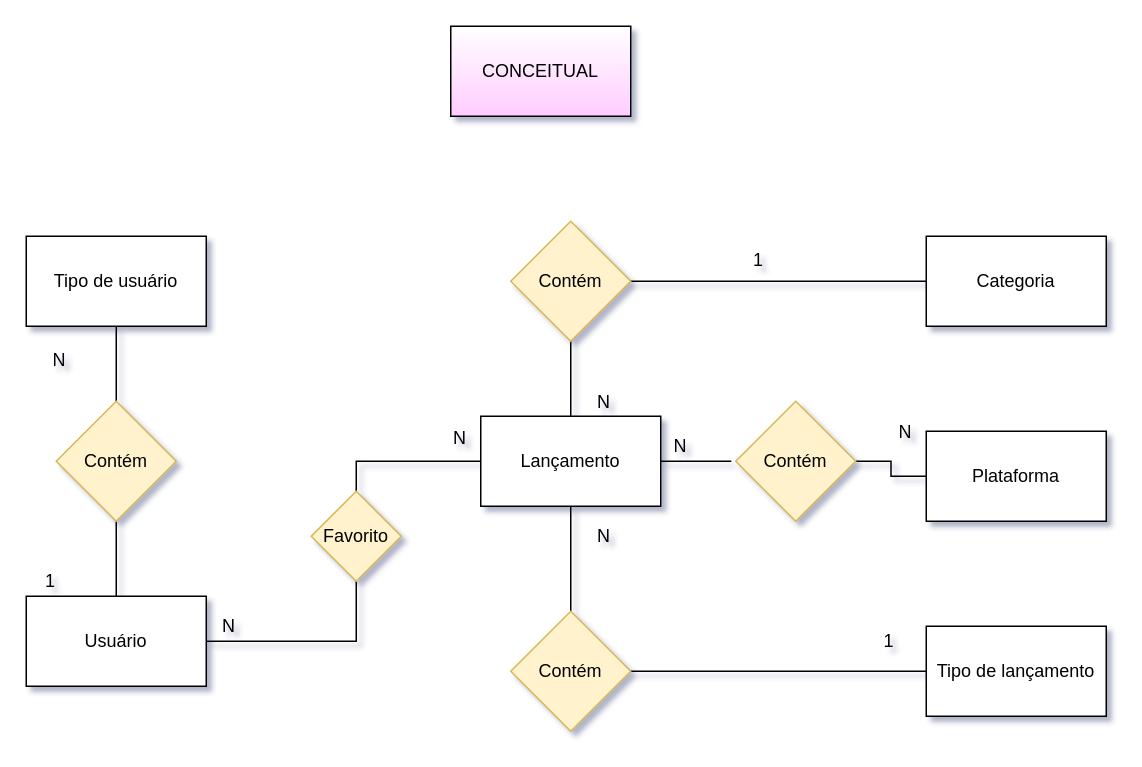
The draw.io diagram page "CONCEITUAL" (1 of 2) of BD/M_Opflix/M_diagrama.drawio in lukkanog/2s2019-sprint1-bd, before the edit. Source tidied: cells renumbered, new cells numbered last; positions are measured from the earlier drawing's top-left corner, leaving out a move shared by most shapes. Both pictures are drawn from the tidied source at 150%, with x=0, y=0 at pixel (26, 26).
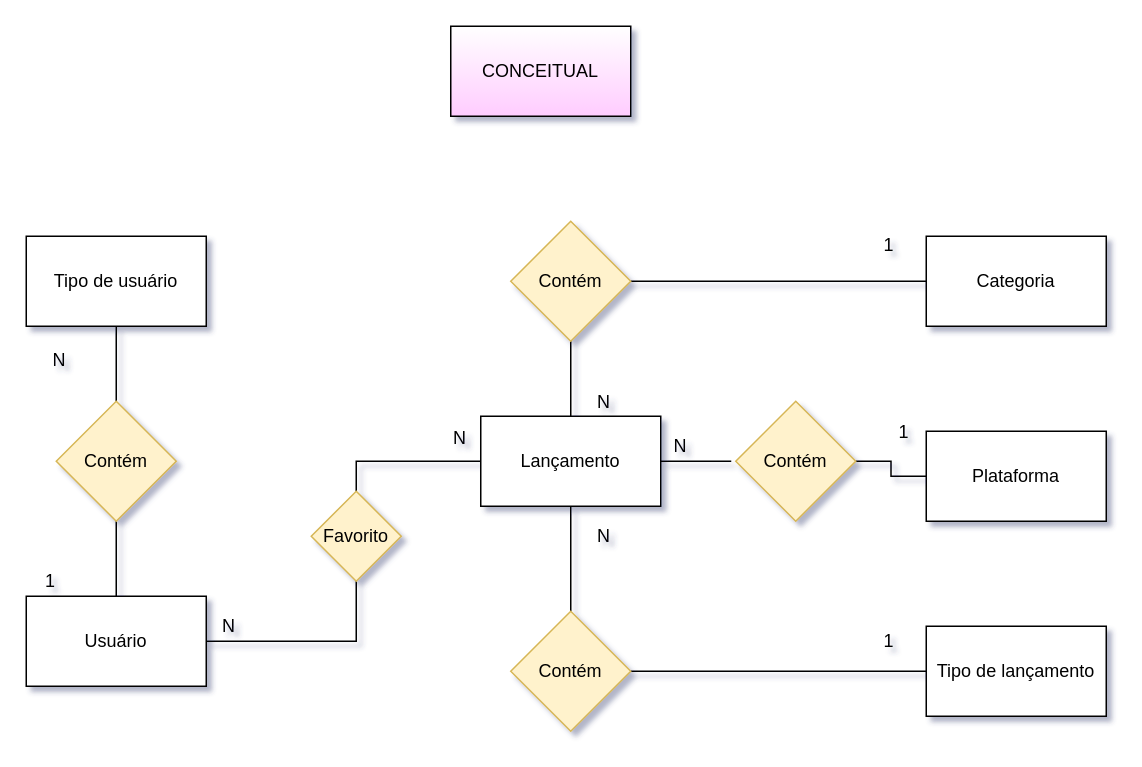
Above is the later version.

Diff of the diagram source:
```diff
@@
     <mxCell id="21" value="1" style="text;html=1;align=left;verticalAlign=top;spacingTop=-4;" parent="1" vertex="1">
-      <mxGeometry x="483" y="146" width="20" height="20" as="geometry" />
+      <mxGeometry x="570" y="136" width="20" height="20" as="geometry" />
     </mxCell>
@@
-    <mxCell id="29" value="N" style="text;html=1;align=left;verticalAlign=top;spacingTop=-4;" parent="1" vertex="1">
+    <mxCell id="29" value="1" style="text;html=1;align=left;verticalAlign=top;spacingTop=-4;" parent="1" vertex="1">
       <mxGeometry x="580" y="261" width="20" height="20" as="geometry" />
     </mxCell>
```
